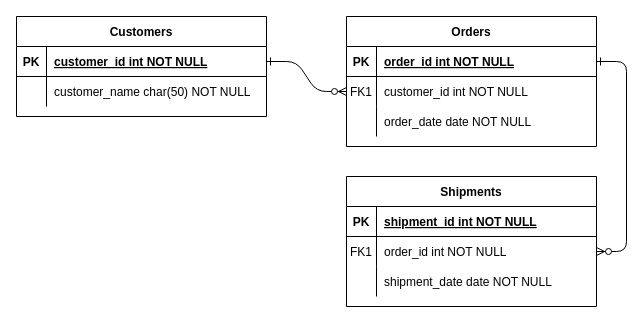
The draw.io diagram Untitled Diagram.drawio in xiao99/Code, before the edit. Source tidied: cells renumbered, new cells numbered last; positions are measured from the earlier drawing's top-left corner, leaving out a move shared by most shapes. Both pictures are drawn from the tidied source at 100%, with x=0, y=0 at pixel (16, 16).
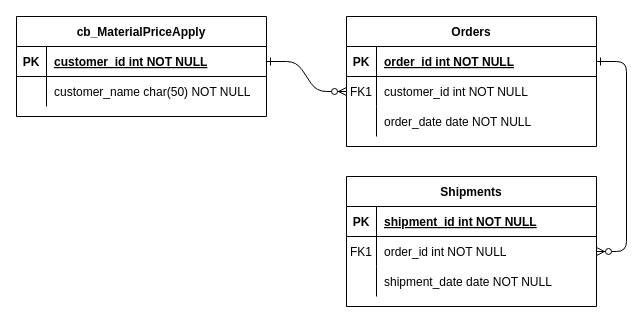
The same diagram, later.

Commit message:
认质认价实体关系图

Change to the diagram source:
```diff
@@
-    <mxCell id="24" value="Customers" style="shape=table;startSize=30;childLayout=tableLayout;rowLines=0;fontStyle=1;align=center;" parent="1" vertex="1">
+    <mxCell id="24" value="cb_MaterialPriceApply" style="shape=table;startSize=30;childLayout=tableLayout;rowLines=0;fontStyle=1;align=center;" parent="1" vertex="1">
       <mxGeometry width="250" height="100" as="geometry" />
     </mxCell>
```
